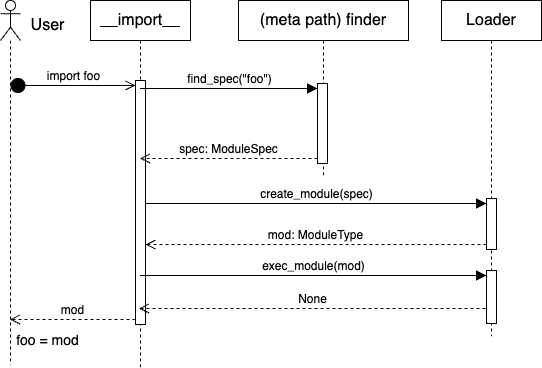
sankantsu/zenn keeps this draw.io diagram as images/python-import-system/overview.png. Above is the earlier version. Source tidied: cells renumbered, new cells last; positions are measured from the earlier drawing's top-left corner, leaving out a move shared by most shapes. Its diagram source:
```xml
<mxGraphModel>
  <root>
    <mxCell id="0" />
    <mxCell id="1" parent="0" />
    <mxCell id="2" value="__import__" style="shape=umlLifeline;perimeter=lifelinePerimeter;whiteSpace=wrap;html=1;outlineConnect=0;portConstraint=eastwest;newEdgeStyle={&quot;curved&quot;:0,&quot;rounded&quot;:0};fontSize=16;" parent="1" vertex="1">
      <mxGeometry x="90" width="100" height="367" as="geometry" />
    </mxCell>
    <mxCell id="3" style="html=1;points=[[0,0,0,0,5],[0,1,0,0,-5],[1,0,0,0,5],[1,1,0,0,-5]];perimeter=orthogonalPerimeter;outlineConnect=0;targetShapes=umlLifeline;portConstraint=eastwest;newEdgeStyle={&quot;curved&quot;:0,&quot;rounded&quot;:0};fontSize=16;" parent="2" vertex="1">
      <mxGeometry x="45" y="80" width="10" height="244" as="geometry" />
    </mxCell>
    <mxCell id="4" value="(meta path) finder" style="shape=umlLifeline;perimeter=lifelinePerimeter;whiteSpace=wrap;html=1;newEdgeStyle={&quot;curved&quot;:0,&quot;rounded&quot;:0};fontSize=16;" parent="1" vertex="1">
      <mxGeometry x="238" width="170" height="175" as="geometry" />
    </mxCell>
    <mxCell id="5" style="html=1;points=[[0,0,0,0,5],[0,1,0,0,-5],[1,0,0,0,5],[1,1,0,0,-5]];perimeter=orthogonalPerimeter;outlineConnect=0;targetShapes=umlLifeline;portConstraint=eastwest;newEdgeStyle={&quot;curved&quot;:0,&quot;rounded&quot;:0};fontSize=16;" parent="4" vertex="1">
      <mxGeometry x="79" y="83" width="10" height="80" as="geometry" />
    </mxCell>
    <mxCell id="6" value="Loader" style="shape=umlLifeline;perimeter=lifelinePerimeter;whiteSpace=wrap;html=1;newEdgeStyle={&quot;curved&quot;:0,&quot;rounded&quot;:0};fontSize=16;" parent="1" vertex="1">
      <mxGeometry x="441" width="100" height="336" as="geometry" />
    </mxCell>
    <mxCell id="7" style="html=1;points=[[0,0,0,0,5],[0,1,0,0,-5],[1,0,0,0,5],[1,1,0,0,-5]];perimeter=orthogonalPerimeter;outlineConnect=0;targetShapes=umlLifeline;portConstraint=eastwest;newEdgeStyle={&quot;curved&quot;:0,&quot;rounded&quot;:0};fontSize=16;" parent="6" vertex="1">
      <mxGeometry x="45" y="198" width="10" height="51" as="geometry" />
    </mxCell>
    <mxCell id="8" style="edgeStyle=none;curved=0;rounded=0;orthogonalLoop=1;jettySize=auto;html=1;exitX=1;exitY=1;exitDx=0;exitDy=-5;exitPerimeter=0;fontSize=12;startSize=8;endSize=8;" parent="6" edge="1" source="7" target="7">
      <mxGeometry relative="1" as="geometry" />
    </mxCell>
    <mxCell id="9" style="html=1;points=[[0,0,0,0,5],[0,1,0,0,-5],[1,0,0,0,5],[1,1,0,0,-5]];perimeter=orthogonalPerimeter;outlineConnect=0;targetShapes=umlLifeline;portConstraint=eastwest;newEdgeStyle={&quot;curved&quot;:0,&quot;rounded&quot;:0};fontSize=16;" parent="6" vertex="1">
      <mxGeometry x="45" y="270" width="10" height="53" as="geometry" />
    </mxCell>
    <mxCell id="10" style="edgeStyle=none;curved=0;rounded=0;orthogonalLoop=1;jettySize=auto;html=1;exitX=1;exitY=1;exitDx=0;exitDy=-5;exitPerimeter=0;fontSize=12;startSize=8;endSize=8;" parent="6" edge="1" source="9" target="9">
      <mxGeometry relative="1" as="geometry" />
    </mxCell>
    <mxCell id="11" value="find_spec(&quot;foo&quot;)" style="html=1;verticalAlign=bottom;endArrow=block;curved=0;rounded=0;entryX=0;entryY=0;entryDx=0;entryDy=5;fontSize=12;startSize=8;endSize=8;" parent="1" edge="1" source="2" target="5">
      <mxGeometry relative="1" as="geometry" />
    </mxCell>
    <mxCell id="12" value="spec: ModuleSpec" style="html=1;verticalAlign=bottom;endArrow=open;dashed=1;endSize=8;curved=0;rounded=0;exitX=0;exitY=1;exitDx=0;exitDy=-5;fontSize=12;" parent="1" edge="1" source="5" target="2">
      <mxGeometry relative="1" as="geometry" />
    </mxCell>
    <mxCell id="13" value="mod: ModuleType" style="html=1;verticalAlign=bottom;endArrow=open;dashed=1;endSize=8;curved=0;rounded=0;exitX=0;exitY=1;exitDx=0;exitDy=-5;fontSize=12;" parent="1" edge="1" source="7" target="3">
      <mxGeometry relative="1" as="geometry" />
    </mxCell>
    <mxCell id="14" value="create_module(spec)" style="html=1;verticalAlign=bottom;endArrow=block;curved=0;rounded=0;entryX=0;entryY=0;entryDx=0;entryDy=5;fontSize=12;startSize=8;endSize=8;" parent="1" edge="1" source="3" target="7">
      <mxGeometry relative="1" as="geometry" />
    </mxCell>
    <mxCell id="15" value="exec_module(mod)" style="html=1;verticalAlign=bottom;endArrow=block;curved=0;rounded=0;entryX=0;entryY=0;entryDx=0;entryDy=5;fontSize=12;startSize=8;endSize=8;" parent="1" edge="1" source="2" target="9">
      <mxGeometry relative="1" as="geometry" />
    </mxCell>
    <mxCell id="16" value="None" style="html=1;verticalAlign=bottom;endArrow=open;dashed=1;endSize=8;curved=0;rounded=0;fontSize=12;" parent="1" edge="1">
      <mxGeometry relative="1" as="geometry">
        <mxPoint x="485" y="308" as="sourcePoint" />
        <mxPoint x="138.5" y="308" as="targetPoint" />
        <Array as="points">
          <mxPoint x="475" y="308" />
        </Array>
      </mxGeometry>
    </mxCell>
    <mxCell id="17" style="shape=umlLifeline;perimeter=lifelinePerimeter;whiteSpace=wrap;html=1;outlineConnect=0;portConstraint=eastwest;newEdgeStyle={&quot;curved&quot;:0,&quot;rounded&quot;:0};participant=umlActor;fontSize=16;" parent="1" vertex="1">
      <mxGeometry width="20" height="365" as="geometry" />
    </mxCell>
    <mxCell id="18" value="import foo" style="html=1;verticalAlign=bottom;startArrow=circle;startFill=1;endArrow=open;startSize=6;endSize=8;curved=0;rounded=0;fontSize=12;entryX=0;entryY=0;entryDx=0;entryDy=5;entryPerimeter=0;" parent="1" edge="1" source="17" target="3">
      <mxGeometry relative="1" as="geometry" />
    </mxCell>
    <mxCell id="19" value="mod" style="html=1;verticalAlign=bottom;endArrow=open;dashed=1;endSize=8;curved=0;rounded=0;fontSize=12;exitX=0;exitY=1;exitDx=0;exitDy=-5;exitPerimeter=0;" parent="1" edge="1" source="3" target="17">
      <mxGeometry relative="1" as="geometry" />
    </mxCell>
    <mxCell id="20" value="foo = mod" style="text;html=1;align=center;verticalAlign=middle;strokeColor=none;fillColor=none;fontSize=14;" parent="1" vertex="1">
      <mxGeometry x="6" y="325" width="81" height="29" as="geometry" />
    </mxCell>
    <mxCell id="21" value="User" style="text;html=1;align=center;verticalAlign=middle;strokeColor=none;fillColor=none;fontSize=16;" parent="1" vertex="1">
      <mxGeometry x="20.5" y="9" width="52" height="31" as="geometry" />
    </mxCell>
  </root>
</mxGraphModel>
```
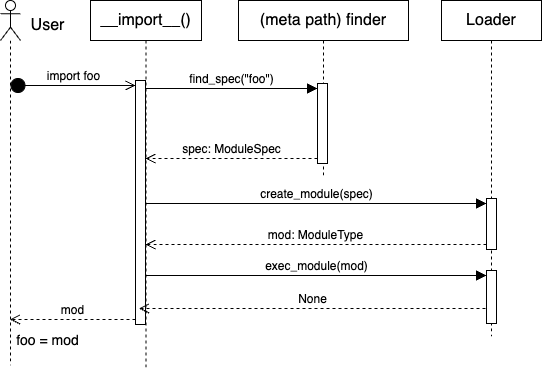
The same file after the commit.

Commit message:
publish python-import-system

What changed in the source:
```diff
@@ -2,8 +2,8 @@
   <root>
     <mxCell id="0" />
     <mxCell id="1" parent="0" />
-    <mxCell id="2" value="__import__" style="shape=umlLifeline;perimeter=lifelinePerimeter;whiteSpace=wrap;html=1;outlineConnect=0;portConstraint=eastwest;newEdgeStyle={&quot;curved&quot;:0,&quot;rounded&quot;:0};fontSize=16;" parent="1" vertex="1">
-      <mxGeometry x="90" width="100" height="367" as="geometry" />
+    <mxCell id="2" value="__import__()" style="shape=umlLifeline;perimeter=lifelinePerimeter;whiteSpace=wrap;html=1;outlineConnect=0;portConstraint=eastwest;newEdgeStyle={&quot;curved&quot;:0,&quot;rounded&quot;:0};fontSize=16;" parent="1" vertex="1">
+      <mxGeometry x="90" width="111" height="369" as="geometry" />
     </mxCell>
     <mxCell id="3" style="html=1;points=[[0,0,0,0,5],[0,1,0,0,-5],[1,0,0,0,5],[1,1,0,0,-5]];perimeter=orthogonalPerimeter;outlineConnect=0;targetShapes=umlLifeline;portConstraint=eastwest;newEdgeStyle={&quot;curved&quot;:0,&quot;rounded&quot;:0};fontSize=16;" parent="2" vertex="1">
       <mxGeometry x="45" y="80" width="10" height="244" as="geometry" />
```
